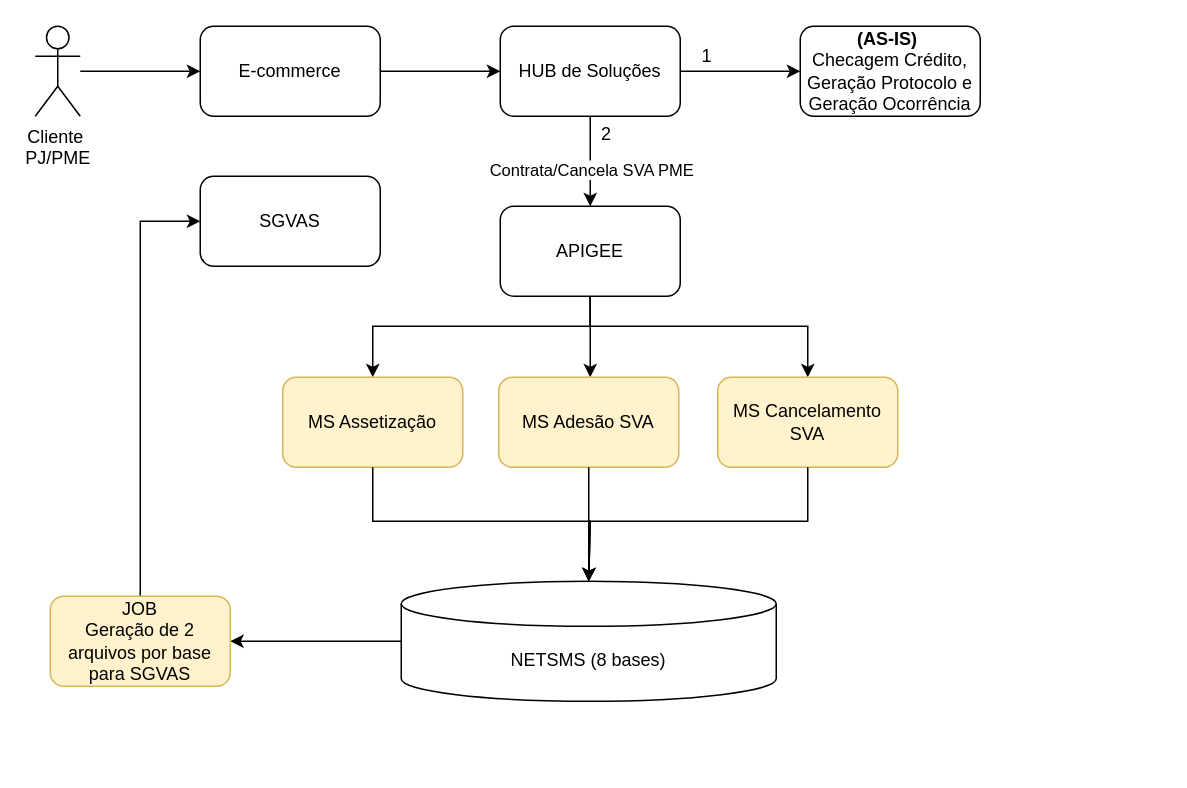
Before: 123937 Integ. ecommerce Soluções Dig. Jornada Fixa.drawio in samirali/ClaroBrasil, a draw.io diagram. Source tidied: cells renumbered, new cells numbered last; positions are measured from the earlier drawing's top-left corner, leaving out a move shared by most shapes. Both pictures are drawn from the tidied source at 150%, with x=0, y=0 at pixel (34, 26).
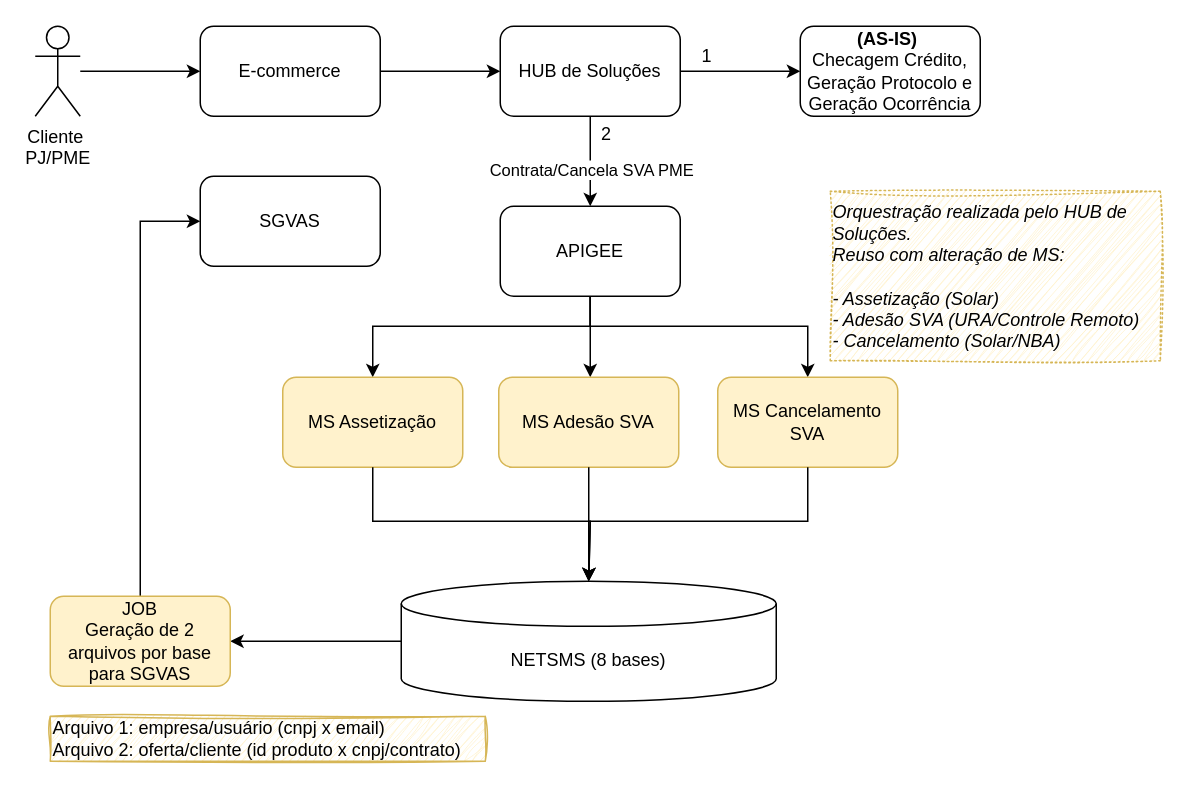
The same diagram, later.

Change to the diagram source:
```diff
@@
+    <mxCell id="28" value="Arquivo 1: empresa/usuário (cnpj x email)&lt;div&gt;Arquivo 2: oferta/cliente (id produto x cnpj/contrato)&lt;/div&gt;" style="text;html=1;align=left;verticalAlign=middle;whiteSpace=wrap;rounded=0;fillColor=#fff2cc;strokeColor=#d6b656;sketch=1;curveFitting=1;jiggle=2;" parent="1" vertex="1">
+      <mxGeometry x="10" y="460" width="290" height="30" as="geometry" />
+    </mxCell>
+    <mxCell id="29" value="Orquestração realizada pelo HUB de Soluções.&lt;div&gt;Reuso com alteração de MS:&lt;/div&gt;&lt;div&gt;&lt;br&gt;&lt;/div&gt;&lt;div&gt;&lt;span style=&quot;background-color: transparent; color: light-dark(rgb(0, 0, 0), rgb(255, 255, 255));&quot;&gt;- Assetização (Solar)&lt;/span&gt;&lt;/div&gt;&lt;div&gt;- Adesão SVA (URA/Controle Remoto)&lt;/div&gt;&lt;div&gt;- Cancelamento (Solar/NBA)&lt;/div&gt;" style="text;html=1;align=left;verticalAlign=middle;whiteSpace=wrap;rounded=0;strokeColor=#d6b656;dashed=1;dashPattern=1 2;fontStyle=2;fillColor=#fff2cc;sketch=1;curveFitting=1;jiggle=2;" parent="1" vertex="1">
+      <mxGeometry x="530" y="110" width="220" height="113" as="geometry" />
+    </mxCell>
```
